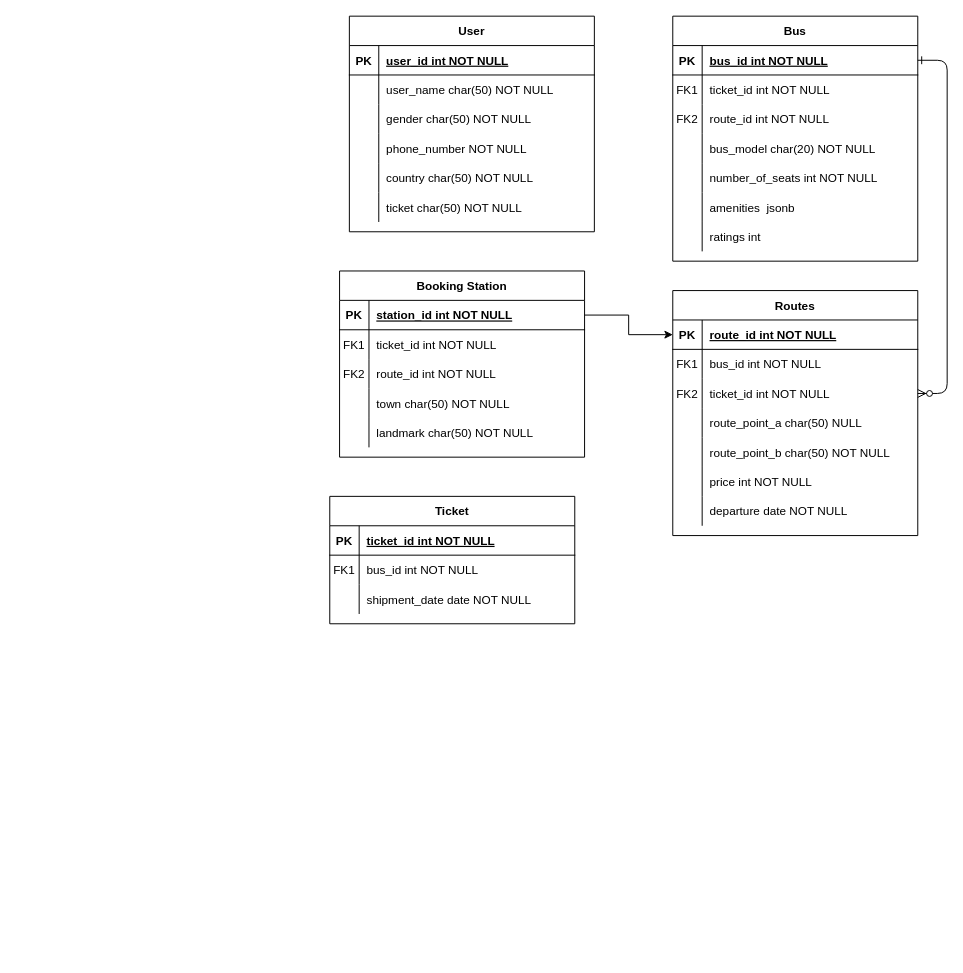
Above: Untitled Diagram.drawio in SimonGideon/CODSOFT (draw.io), before the change. Source tidied: cells renumbered, new cells numbered last; positions are measured from the earlier drawing's top-left corner, leaving out a move shared by most shapes. Both pictures are drawn from the tidied source at 98%, with x=0, y=0 at pixel (329, 16).
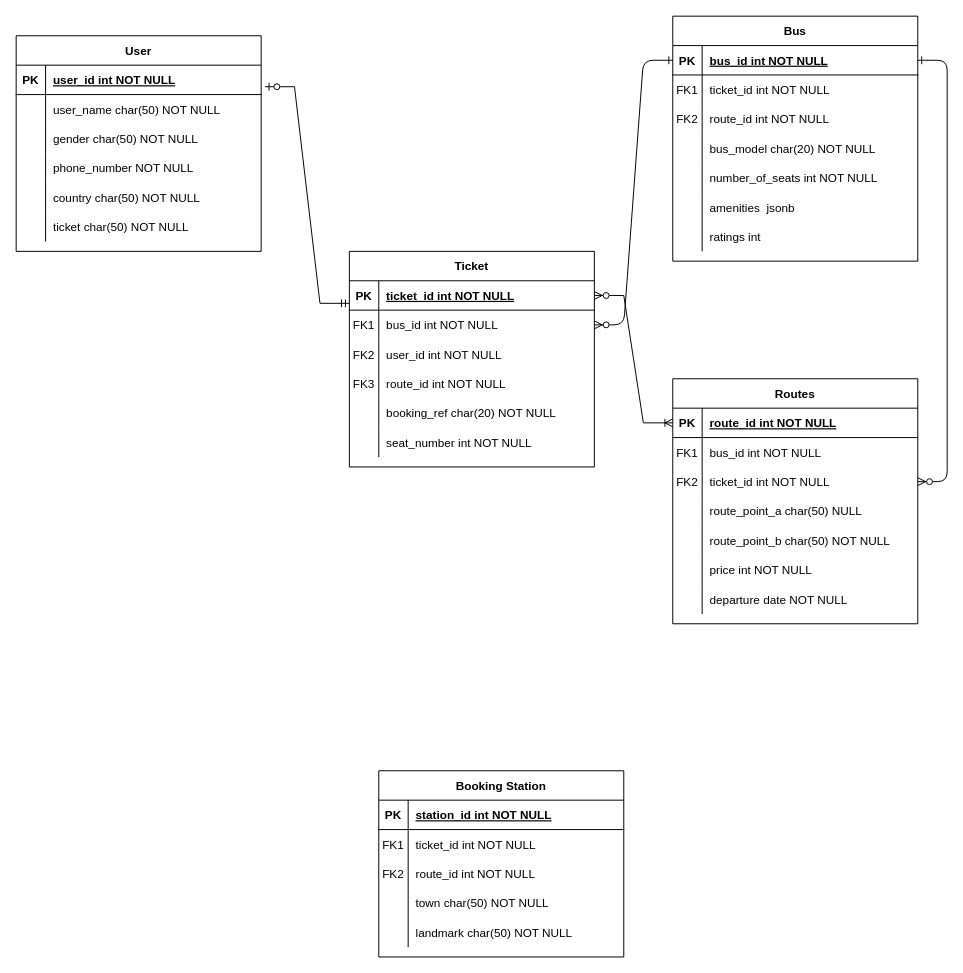
The same page after the edit.

Unchanged cells that the change refers to:
```xml
<mxCell id="4" style="shape=partialRectangle;fillColor=none;points=[[0,0.5],[1,0.5]];portConstraint=eastwest;top=0;left=0;right=0;bottom=1;" parent="3" vertex="1">
  <mxGeometry y="30" width="250" height="30" as="geometry" />
</mxCell>
<mxCell id="26" style="shape=partialRectangle;fillColor=none;points=[[0,0.5],[1,0.5]];portConstraint=eastwest;top=0;left=0;right=0;bottom=1;" parent="25" vertex="1">
  <mxGeometry y="30" width="250" height="30" as="geometry" />
</mxCell>
<mxCell id="48" style="shape=partialRectangle;fillColor=none;points=[[0,0.5],[1,0.5]];portConstraint=eastwest;top=0;left=0;right=0;bottom=1;" parent="47" vertex="1">
  <mxGeometry y="30" width="250" height="30" as="geometry" />
</mxCell>
<mxCell id="67" style="shape=partialRectangle;fillColor=none;points=[[0,0.5],[1,0.5]];portConstraint=eastwest;top=0;left=0;right=0;bottom=1;" parent="66" vertex="1">
  <mxGeometry y="30" width="250" height="30" as="geometry" />
</mxCell>
<mxCell id="83" style="shape=partialRectangle;fillColor=none;points=[[0,0.5],[1,0.5]];portConstraint=eastwest;top=0;left=0;right=0;bottom=1;" parent="82" vertex="1">
  <mxGeometry y="30" width="250" height="30" as="geometry" />
</mxCell>
```

Change to the diagram source:
```diff
@@
     <mxCell id="25" value="Routes" style="shape=table;startSize=30;childLayout=tableLayout;rowLines=0;fontStyle=1;align=center;" parent="1" vertex="1">
-      <mxGeometry x="350" y="280" width="250" height="250" as="geometry" />
+      <mxGeometry x="350" y="370" width="250" height="250" as="geometry" />
     </mxCell>
@@
     <mxCell id="47" value="User" style="shape=table;startSize=30;childLayout=tableLayout;rowLines=0;fontStyle=1;align=center;" parent="1" vertex="1">
-      <mxGeometry x="20" width="250" height="220" as="geometry" />
+      <mxGeometry x="-320" y="20" width="250" height="220" as="geometry" />
     </mxCell>
@@
     <mxCell id="66" value="Booking Station" style="shape=table;startSize=30;childLayout=tableLayout;rowLines=0;fontStyle=1;align=center;" parent="1" vertex="1">
-      <mxGeometry x="10" y="260" width="250" height="190" as="geometry" />
+      <mxGeometry x="50" y="770" width="250" height="190" as="geometry" />
     </mxCell>
@@
     <mxCell id="82" value="Ticket" style="shape=table;startSize=30;childLayout=tableLayout;rowLines=0;fontStyle=1;align=center;" parent="1" vertex="1">
-      <mxGeometry y="490" width="250" height="130" as="geometry" />
+      <mxGeometry x="20" y="240" width="250" height="220" as="geometry" />
     </mxCell>
@@
+    <mxCell id="93" style="shape=partialRectangle;fillColor=none;points=[[0,0.5],[1,0.5]];portConstraint=eastwest;top=0;left=0;right=0;bottom=0;" parent="82" vertex="1">
+      <mxGeometry y="60" width="250" height="30" as="geometry" />
+    </mxCell>
+    <mxCell id="94" value="FK1" style="shape=partialRectangle;overflow=hidden;fillColor=none;top=0;left=0;bottom=0;right=0;" parent="93" vertex="1">
+      <mxGeometry width="30" height="30" as="geometry" />
+    </mxCell>
+    <mxCell id="95" value="bus_id int NOT NULL" style="shape=partialRectangle;overflow=hidden;fillColor=none;top=0;left=0;bottom=0;right=0;align=left;spacingLeft=6;" parent="93" vertex="1">
+      <mxGeometry x="30" width="220" height="30" as="geometry" />
+    </mxCell>
+    <mxCell id="96" style="shape=partialRectangle;fillColor=none;top=0;left=0;right=0;bottom=0;" parent="82" vertex="1">
+      <mxGeometry y="90" width="250" height="30" as="geometry" />
+    </mxCell>
+    <mxCell id="97" value="FK2" style="shape=partialRectangle;overflow=hidden;fillColor=none;top=0;left=0;bottom=0;right=0;" parent="96" vertex="1">
+      <mxGeometry width="30" height="30" as="geometry" />
+    </mxCell>
+    <mxCell id="98" value="user_id int NOT NULL" style="shape=partialRectangle;overflow=hidden;fillColor=none;top=0;left=0;bottom=0;right=0;align=left;spacingLeft=6;" parent="96" vertex="1">
+      <mxGeometry x="30" width="220" height="30" as="geometry" />
+    </mxCell>
     <mxCell id="86" style="shape=partialRectangle;fillColor=none;top=0;left=0;right=0;bottom=0;" parent="82" vertex="1">
-      <mxGeometry y="60" width="250" height="30" as="geometry" />
+      <mxGeometry y="120" width="250" height="30" as="geometry" />
     </mxCell>
-    <mxCell id="87" value="FK1" style="shape=partialRectangle;overflow=hidden;fillColor=none;top=0;left=0;bottom=0;right=0;" parent="86" vertex="1">
+    <mxCell id="87" value="FK3" style="shape=partialRectangle;overflow=hidden;fillColor=none;top=0;left=0;bottom=0;right=0;" parent="86" vertex="1">
       <mxGeometry width="30" height="30" as="geometry" />
     </mxCell>
-    <mxCell id="88" value="bus_id int NOT NULL" style="shape=partialRectangle;overflow=hidden;fillColor=none;top=0;left=0;bottom=0;right=0;align=left;spacingLeft=6;" parent="86" vertex="1">
+    <mxCell id="88" value="route_id int NOT NULL" style="shape=partialRectangle;overflow=hidden;fillColor=none;top=0;left=0;bottom=0;right=0;align=left;spacingLeft=6;" parent="86" vertex="1">
       <mxGeometry x="30" width="220" height="30" as="geometry" />
     </mxCell>
     <mxCell id="89" style="shape=partialRectangle;fillColor=none;top=0;left=0;right=0;bottom=0;" parent="82" vertex="1">
-      <mxGeometry y="90" width="250" height="30" as="geometry" />
+      <mxGeometry y="150" width="250" height="30" as="geometry" />
     </mxCell>
@@
-    <mxCell id="91" value="shipment_date date NOT NULL" style="shape=partialRectangle;overflow=hidden;fillColor=none;top=0;left=0;bottom=0;right=0;align=left;spacingLeft=6;" parent="89" vertex="1">
+    <mxCell id="91" value="booking_ref char(20) NOT NULL" style="shape=partialRectangle;overflow=hidden;fillColor=none;top=0;left=0;bottom=0;right=0;align=left;spacingLeft=6;" parent="89" vertex="1">
       <mxGeometry x="30" width="220" height="30" as="geometry" />
     </mxCell>
-    <mxCell id="92" style="edgeStyle=orthogonalEdgeStyle;rounded=0;jettySize=auto;html=1;exitX=1;exitY=0.5;exitDx=0;exitDy=0;entryX=0;entryY=0.5;entryDx=0;entryDy=0;" parent="1" edge="1" source="67" target="26">
-      <mxGeometry relative="1" as="geometry" />
-    </mxCell>
+    <mxCell id="99" style="shape=partialRectangle;fillColor=none;top=0;left=0;right=0;bottom=0;" parent="82" vertex="1">
+      <mxGeometry y="180" width="250" height="30" as="geometry" />
+    </mxCell>
+    <mxCell id="100" style="shape=partialRectangle;overflow=hidden;fillColor=none;top=0;left=0;bottom=0;right=0;" parent="99" vertex="1">
+      <mxGeometry width="30" height="30" as="geometry" />
+    </mxCell>
+    <mxCell id="101" value="seat_number int NOT NULL" style="shape=partialRectangle;overflow=hidden;fillColor=none;top=0;left=0;bottom=0;right=0;align=left;spacingLeft=6;" parent="99" vertex="1">
+      <mxGeometry x="30" width="220" height="30" as="geometry" />
+    </mxCell>
+    <mxCell id="102" style="edgeStyle=entityRelationEdgeStyle;endArrow=ERzeroToMany;startArrow=ERone;endFill=1;startFill=0;entryX=1;entryY=0.5;entryDx=0;entryDy=0;" parent="1" edge="1" source="4" target="93">
+      <mxGeometry relative="1" as="geometry" />
+    </mxCell>
+    <mxCell id="103" style="edgeStyle=entityRelationEdgeStyle;fontSize=12;html=1;endArrow=ERzeroToOne;startArrow=ERmandOne;rounded=0;entryX=1.016;entryY=0.733;entryDx=0;entryDy=0;entryPerimeter=0;exitX=0;exitY=0.767;exitDx=0;exitDy=0;exitPerimeter=0;" parent="1" edge="1" source="83" target="48">
+      <mxGeometry relative="1" as="geometry" />
+    </mxCell>
+    <mxCell id="104" style="edgeStyle=entityRelationEdgeStyle;fontSize=12;html=1;endArrow=ERoneToMany;startArrow=ERzeroToMany;rounded=0;exitX=1;exitY=0.5;exitDx=0;exitDy=0;entryX=0;entryY=0.5;entryDx=0;entryDy=0;" parent="1" edge="1" source="83" target="26">
+      <mxGeometry relative="1" as="geometry" />
+    </mxCell>
```
